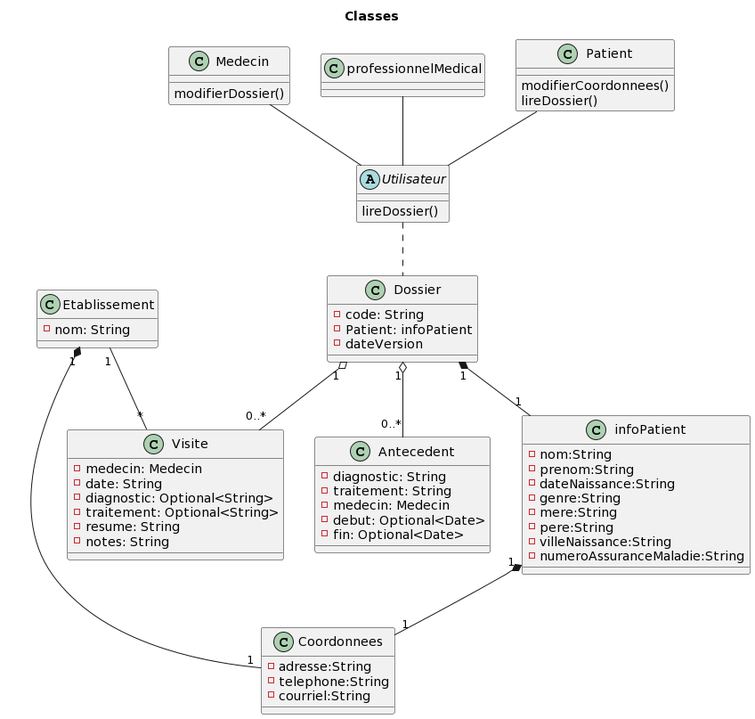
vbrayuqam/projet-genielog keeps this PlantUML diagram as diagrammes/CLASSE.png. Above is the earlier version.
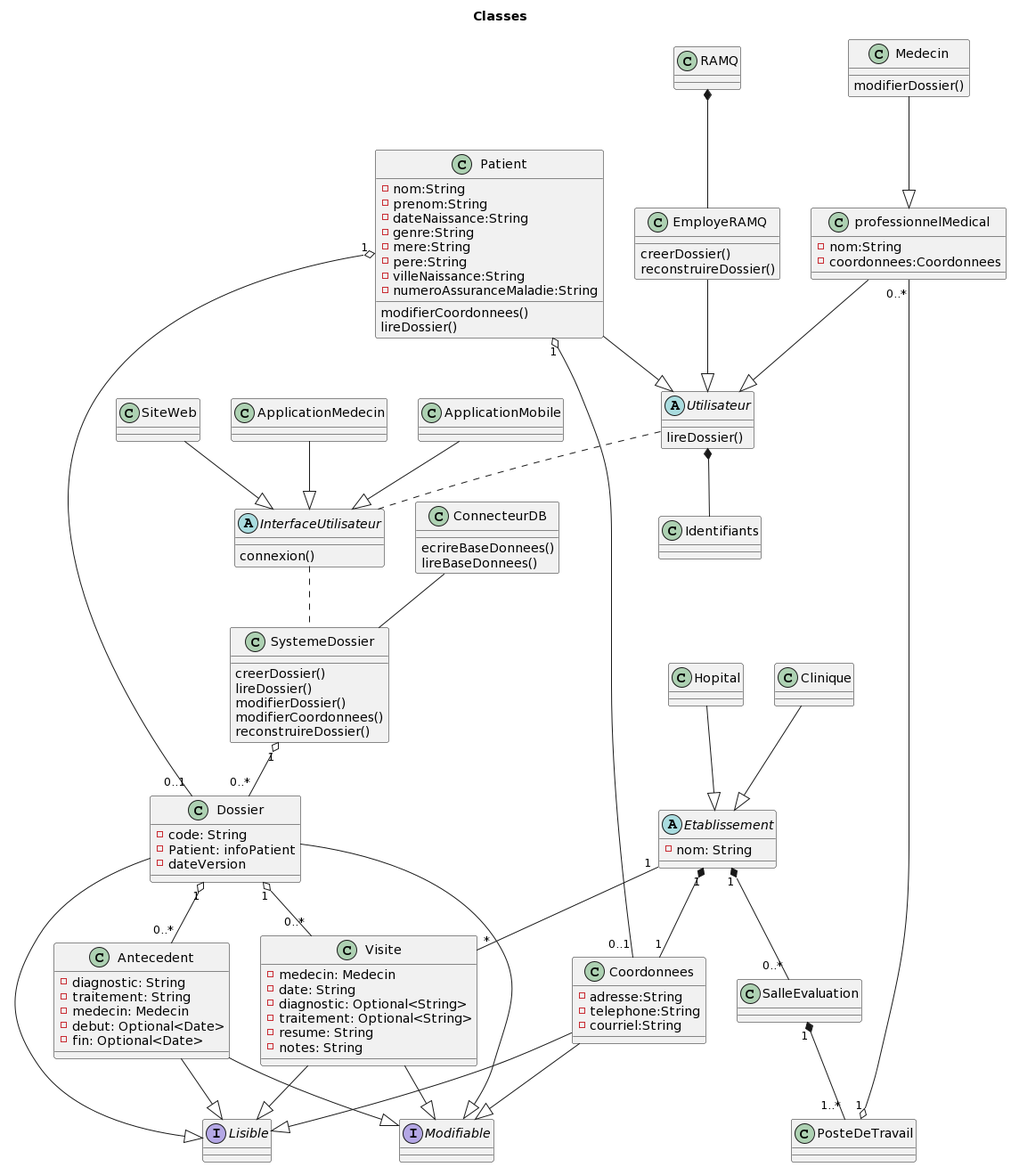
After the change.

Commit message:
version finale classes

Change to the diagram source:
```diff
@@ -1,11 +1,62 @@
 @startuml
 title Classes
+
+class SystemeDossier{
+    creerDossier()
+    lireDossier()
+    modifierDossier()
+    modifierCoordonnees()
+    reconstruireDossier()
+
+
+}
+
+class ConnecteurDB{
+    ecrireBaseDonnees()
+    lireBaseDonnees()
+}
+
+ConnecteurDB -- SystemeDossier
+
+class SiteWeb{
+
+}
+
+
+Utilisateur *-- Identifiants
+
+
+
+class ApplicationMedecin{
+
+}
+
+class ApplicationMobile{
+
+}
+
+abstract InterfaceUtilisateur{
+    connexion()
+}
+
+ApplicationMedecin --|> InterfaceUtilisateur
+ApplicationMobile --|> InterfaceUtilisateur
+SiteWeb --|> InterfaceUtilisateur
+
+InterfaceUtilisateur .. SystemeDossier
+
 
 class Dossier{
     - code: String
     - Patient: infoPatient
     - dateVersion
 }
+
+interface Lisible{}
+interface Modifiable{}
+
+Dossier --|> Lisible
+Dossier --|> Modifiable
 
 class Antecedent{
     - diagnostic: String
@@ -14,6 +65,9 @@
     - debut: Optional<Date>
     - fin: Optional<Date>
 }
+
+Antecedent --|> Lisible
+Antecedent --|> Modifiable
 
 class Visite{
     - medecin: Medecin
@@ -24,6 +78,8 @@
     - notes: String
 }
 
+Visite --|> Lisible
+Visite --|> Modifiable
 
 class Medecin{
     modifierDossier()
@@ -36,15 +92,15 @@
     -courriel:String
 }
 
-class professionnelMedical{}
+Coordonnees --|> Lisible
+Coordonnees --|> Modifiable
+
+class professionnelMedical{
+    -nom:String
+    -coordonnees:Coordonnees
+}
 
 class Patient{
-
-    modifierCoordonnees()
-    lireDossier()
-}
-
-class infoPatient{
     -nom:String
     -prenom:String
     -dateNaissance:String
@@ -53,29 +109,52 @@
     -pere:String
     -villeNaissance:String
     -numeroAssuranceMaladie:String
+    modifierCoordonnees()
+    lireDossier()
 }
+
+class RAMQ{}
+
+RAMQ *-- EmployeRAMQ
+
+class EmployeRAMQ{
+    creerDossier()
+    reconstruireDossier()
+}
+
+class SalleEvaluation{}
+class PosteDeTravail{}
 
 
 abstract Utilisateur{
     lireDossier()
 }
 
-class Etablissement{
+class Hopital{}
+class Clinique{}
+
+abstract Etablissement{
     - nom: String
 }
 
-Patient -- Utilisateur
-Medecin -- Utilisateur
-professionnelMedical -- Utilisateur
+Patient --|> Utilisateur
+professionnelMedical --|> Utilisateur
 
-Utilisateur .. Dossier
+Utilisateur .. InterfaceUtilisateur
 
 
+Hopital --|> Etablissement
+Clinique --|> Etablissement
+EmployeRAMQ --|> Utilisateur
 Etablissement "1" *-- "1" Coordonnees
-infoPatient "1" *-- "1" Coordonnees
+Etablissement "1" *-- "0..*" SalleEvaluation
+SalleEvaluation "1" *-- "1..*" PosteDeTravail
+Patient "1" o-- "0..1" Coordonnees
+Medecin --|> professionnelMedical
+professionnelMedical "0..*" --o "1" PosteDeTravail
+SystemeDossier "1" o-- "0..*" Dossier
 
-
-Dossier "1" *-- "1" infoPatient
+Patient "1" o-- "0..1" Dossier
 
 Dossier "1" o-- "0..*" Antecedent
 
```
